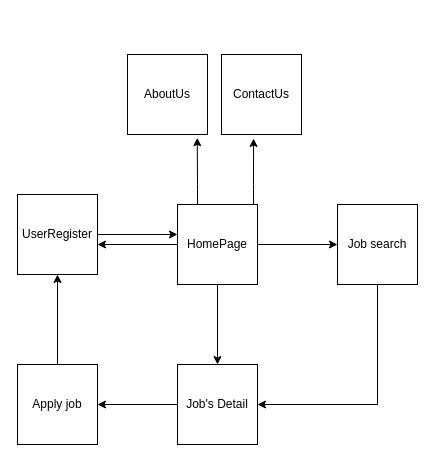
The draw.io diagram Biểu đồ không có tiêu đề.drawio in 13personn/MainRepository, before the edit. Source tidied: cells renumbered, new cells numbered last; positions are measured from the earlier drawing's top-left corner, leaving out a move shared by most shapes. Both pictures are drawn from the tidied source at 100%, with x=0, y=0 at pixel (17, 54).
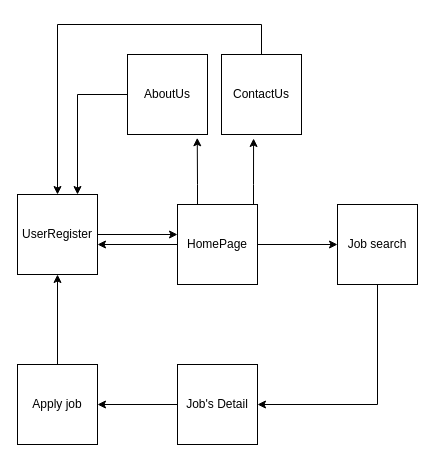
The same page after the edit.

Commit message:
Cập nhật Biểu đồ không có tiêu đề.drawio

The change refers to these unchanged cells:
```xml
<mxCell id="5" value="HomePage" style="whiteSpace=wrap;html=1;" parent="1" vertex="1">
  <mxGeometry x="160" y="150" width="80" height="80" as="geometry" />
</mxCell>
<mxCell id="8" value="UserRegister" style="whiteSpace=wrap;html=1;" parent="1" vertex="1">
  <mxGeometry y="140" width="80" height="80" as="geometry" />
</mxCell>
<mxCell id="9" value="AboutUs" style="whiteSpace=wrap;html=1;" parent="1" vertex="1">
  <mxGeometry x="110" width="80" height="80" as="geometry" />
</mxCell>
<mxCell id="10" value="ContactUs" style="whiteSpace=wrap;html=1;" parent="1" vertex="1">
  <mxGeometry x="204" width="80" height="80" as="geometry" />
</mxCell>
<mxCell id="12" value="Job's Detail" style="whiteSpace=wrap;html=1;" parent="1" vertex="1">
  <mxGeometry x="160" y="310" width="80" height="80" as="geometry" />
</mxCell>
```

What changed in the source:
```diff
@@
-    <mxCell id="3" style="edgeStyle=orthogonalEdgeStyle;rounded=0;jettySize=auto;html=1;" parent="1" edge="1" source="5" target="12">
-      <mxGeometry relative="1" as="geometry" />
-    </mxCell>
@@
+    <mxCell id="19" style="edgeStyle=orthogonalEdgeStyle;rounded=0;jettySize=auto;html=1;entryX=0.75;entryY=0;entryDx=0;entryDy=0;" parent="1" edge="1" source="9" target="8">
+      <mxGeometry relative="1" as="geometry" />
+    </mxCell>
@@
+    <mxCell id="20" style="edgeStyle=orthogonalEdgeStyle;rounded=0;jettySize=auto;html=1;entryX=0.5;entryY=0;entryDx=0;entryDy=0;" parent="1" edge="1" source="10" target="8">
+      <mxGeometry relative="1" as="geometry">
+        <Array as="points">
+          <mxPoint x="244" y="-30" />
+          <mxPoint x="40" y="-30" />
+        </Array>
+      </mxGeometry>
+    </mxCell>
```
